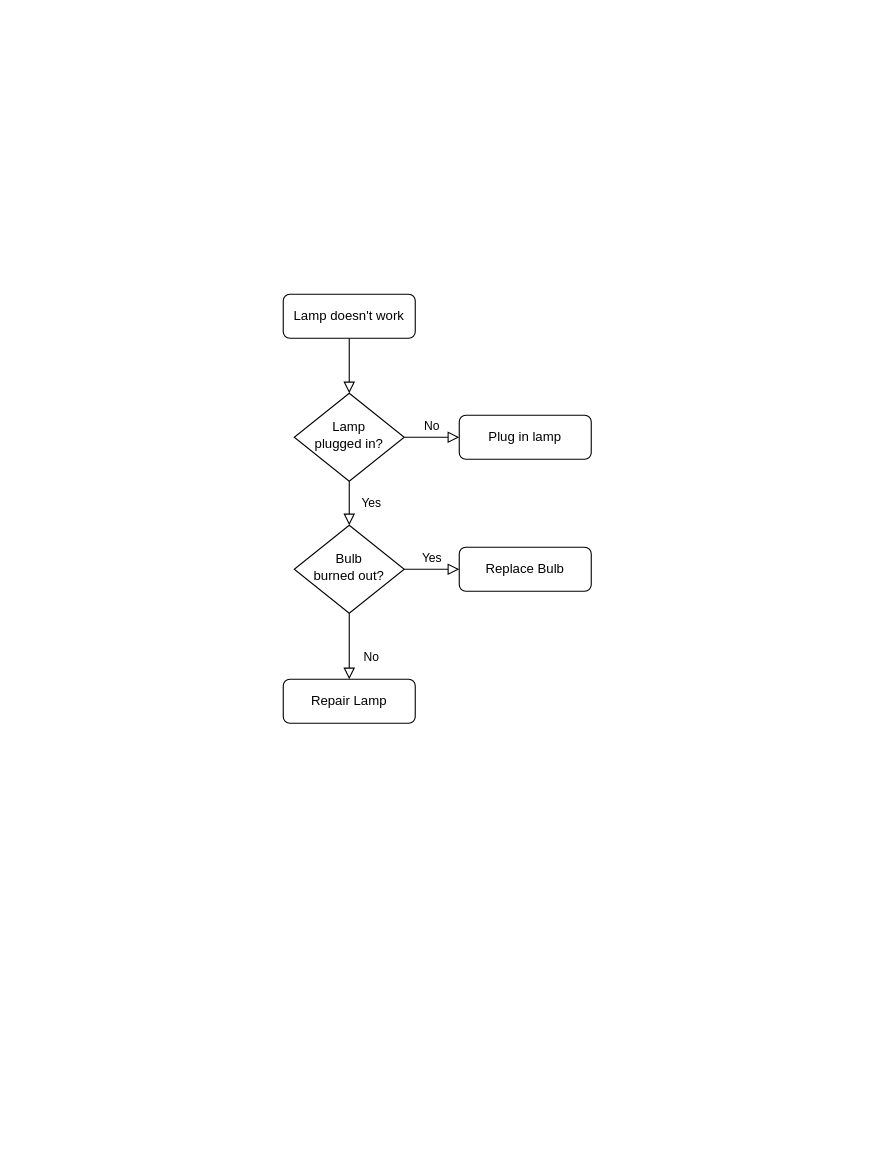
Before: Flow Chart.drawio in Venkat-Banyan/React_Error_404, a draw.io diagram. Source tidied: cells renumbered, new cells numbered last; positions are measured from the earlier drawing's top-left corner, leaving out a move shared by most shapes. Both pictures are drawn from the tidied source at 110%, with x=0, y=0 at pixel (283, 294).
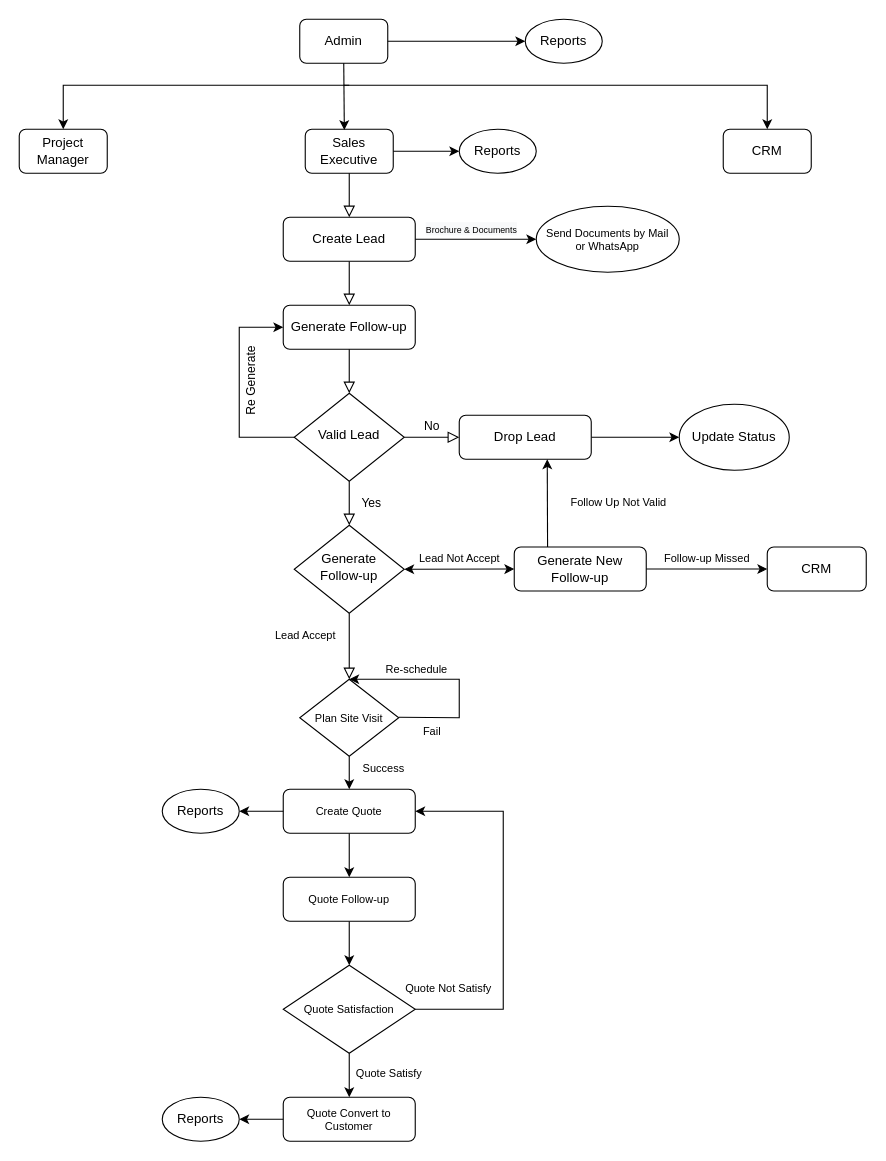
The same page after the edit.

Change to the diagram source:
```diff
@@
-    <mxCell id="2" style="rounded=0;html=1;jettySize=auto;fontSize=11;endArrow=block;endFill=0;endSize=8;strokeWidth=1;shadow=0;labelBackgroundColor=none;edgeStyle=orthogonalEdgeStyle;" parent="1" edge="1" source="3" target="6">
+    <mxCell id="2" style="rounded=0;html=1;jettySize=auto;fontSize=11;endArrow=block;endFill=0;endSize=8;strokeWidth=1;shadow=0;labelBackgroundColor=none;edgeStyle=orthogonalEdgeStyle;entryX=0.5;entryY=0;entryDx=0;entryDy=0;" parent="1" edge="1" source="3" target="26">
       <mxGeometry relative="1" as="geometry" />
     </mxCell>
-    <mxCell id="3" value="Lamp doesn't work" style="rounded=1;whiteSpace=wrap;html=1;fontSize=12;glass=0;strokeWidth=1;shadow=0;" parent="1" vertex="1">
-      <mxGeometry width="120" height="40" as="geometry" />
+    <mxCell id="3" value="Create Lead" style="rounded=1;whiteSpace=wrap;html=1;fontSize=12;glass=0;strokeWidth=1;shadow=0;" parent="1" vertex="1">
+      <mxGeometry y="-70" width="120" height="40" as="geometry" />
     </mxCell>
@@
-    <mxCell id="6" value="Lamp&lt;br&gt;plugged in?" style="rhombus;whiteSpace=wrap;html=1;shadow=0;fontFamily=Helvetica;fontSize=12;align=center;strokeWidth=1;spacing=6;spacingTop=-4;" parent="1" vertex="1">
+    <mxCell id="6" value="Valid Lead" style="rhombus;whiteSpace=wrap;html=1;shadow=0;fontFamily=Helvetica;fontSize=12;align=center;strokeWidth=1;spacing=6;spacingTop=-4;" parent="1" vertex="1">
       <mxGeometry x="10" y="90" width="100" height="80" as="geometry" />
     </mxCell>
+    <mxCell id="13" style="edgeStyle=orthogonalEdgeStyle;rounded=0;jettySize=auto;html=1;fontSize=11;" parent="1" edge="1" source="7" target="30">
+      <mxGeometry relative="1" as="geometry" />
+    </mxCell>
-    <mxCell id="7" value="Plug in lamp" style="rounded=1;whiteSpace=wrap;html=1;fontSize=12;glass=0;strokeWidth=1;shadow=0;" parent="1" vertex="1">
+    <mxCell id="7" value="Drop Lead" style="rounded=1;whiteSpace=wrap;html=1;fontSize=12;glass=0;strokeWidth=1;shadow=0;" parent="1" vertex="1">
       <mxGeometry x="160" y="110" width="120" height="40" as="geometry" />
     </mxCell>
-    <mxCell id="8" value="No" style="rounded=0;html=1;jettySize=auto;fontSize=11;endArrow=block;endFill=0;endSize=8;strokeWidth=1;shadow=0;labelBackgroundColor=none;edgeStyle=orthogonalEdgeStyle;" parent="1" edge="1" source="10" target="11">
-      <mxGeometry x="0.33" y="20" relative="1" as="geometry" />
+    <mxCell id="8" value="Lead Accept" style="rounded=0;html=1;jettySize=auto;fontSize=10;endArrow=block;endFill=0;endSize=8;strokeWidth=1;shadow=0;labelBackgroundColor=none;edgeStyle=orthogonalEdgeStyle;" parent="1" edge="1" source="10">
+      <mxGeometry x="-0.33" y="-40" relative="1" as="geometry">
+        <mxPoint x="60" y="350" as="targetPoint" />
+      </mxGeometry>
     </mxCell>
+    <mxCell id="10" value="Generate Follow-up" style="rhombus;whiteSpace=wrap;html=1;shadow=0;fontFamily=Helvetica;fontSize=12;align=center;strokeWidth=1;spacing=6;spacingTop=-4;" parent="1" vertex="1">
+      <mxGeometry x="10" y="210" width="100" height="80" as="geometry" />
+    </mxCell>
+    <mxCell id="12" value="Generate New Follow-up" style="rounded=1;whiteSpace=wrap;html=1;fontSize=12;glass=0;strokeWidth=1;shadow=0;" parent="1" vertex="1">
+      <mxGeometry x="210" y="229.8" width="120" height="40" as="geometry" />
+    </mxCell>
+    <mxCell id="14" value="Admin" style="rounded=1;whiteSpace=wrap;html=1;" parent="1" vertex="1">
+      <mxGeometry x="15" y="-250" width="80" height="40" as="geometry" />
+    </mxCell>
+    <mxCell id="15" value="Project Manager" style="rounded=1;whiteSpace=wrap;html=1;" parent="1" vertex="1">
+      <mxGeometry x="-240" y="-150" width="80" height="40" as="geometry" />
+    </mxCell>
+    <mxCell id="16" value="Sales Executive" style="rounded=1;whiteSpace=wrap;html=1;" parent="1" vertex="1">
+      <mxGeometry x="20" y="-150" width="80" height="40" as="geometry" />
+    </mxCell>
+    <mxCell id="17" value="CRM" style="rounded=1;whiteSpace=wrap;html=1;" parent="1" vertex="1">
+      <mxGeometry x="400" y="-150" width="80" height="40" as="geometry" />
+    </mxCell>
+    <mxCell id="18" style="endArrow=classic;html=1;rounded=0;exitX=1;exitY=0.5;exitDx=0;exitDy=0;" parent="1" edge="1" source="14">
+      <mxGeometry relative="1" as="geometry">
+        <mxPoint x="220" y="-230" as="targetPoint" />
+      </mxGeometry>
+    </mxCell>
+    <mxCell id="19" style="endArrow=classic;html=1;rounded=0;exitX=1;exitY=0.5;exitDx=0;exitDy=0;" parent="1" edge="1">
+      <mxGeometry relative="1" as="geometry">
+        <mxPoint x="100" y="-130" as="sourcePoint" />
+        <mxPoint x="160" y="-130" as="targetPoint" />
+      </mxGeometry>
+    </mxCell>
+    <mxCell id="20" value="Reports" style="ellipse;whiteSpace=wrap;html=1;" parent="1" vertex="1">
+      <mxGeometry x="160" y="-150" width="70" height="40" as="geometry" />
+    </mxCell>
+    <mxCell id="21" value="Reports" style="ellipse;whiteSpace=wrap;html=1;" parent="1" vertex="1">
+      <mxGeometry x="220" y="-250" width="70" height="40" as="geometry" />
+    </mxCell>
+    <mxCell id="22" style="rounded=0;html=1;jettySize=auto;fontSize=11;endArrow=block;endFill=0;endSize=8;strokeWidth=1;shadow=0;labelBackgroundColor=none;edgeStyle=orthogonalEdgeStyle;entryX=0.5;entryY=0;entryDx=0;entryDy=0;exitX=0.5;exitY=1;exitDx=0;exitDy=0;" parent="1" edge="1" source="16" target="3">
+      <mxGeometry relative="1" as="geometry" />
+    </mxCell>
+    <mxCell id="23" style="endArrow=classic;html=1;rounded=0;exitX=1;exitY=0.5;exitDx=0;exitDy=0;entryX=0;entryY=0.5;entryDx=0;entryDy=0;" parent="1" edge="1" target="25">
+      <mxGeometry relative="1" as="geometry">
+        <mxPoint x="120" y="-50" as="sourcePoint" />
+      </mxGeometry>
+    </mxCell>
+    <mxCell id="24" value="&lt;span style=&quot;background-color: rgb(248, 249, 250);&quot;&gt;&lt;font style=&quot;font-size: 8px;&quot;&gt;Brochure &amp;amp; Documents&lt;/font&gt;&lt;/span&gt;" style="edgeLabel;html=1;align=center;verticalAlign=middle;" parent="23" vertex="1">
+      <mxGeometry x="0.24" y="1" relative="1" as="geometry">
+        <mxPoint x="-18" y="-9" as="offset" />
+      </mxGeometry>
+    </mxCell>
+    <mxCell id="25" value="Send Documents by Mail &lt;br&gt;or WhatsApp" style="ellipse;whiteSpace=wrap;html=1;fontSize=10;" parent="1" vertex="1">
+      <mxGeometry x="230" y="-80" width="130" height="60" as="geometry" />
+    </mxCell>
+    <mxCell id="26" value="Generate Follow-up" style="rounded=1;whiteSpace=wrap;html=1;fontSize=12;glass=0;strokeWidth=1;shadow=0;" parent="1" vertex="1">
+      <mxGeometry y="10" width="120" height="40" as="geometry" />
+    </mxCell>
+    <mxCell id="27" style="rounded=0;html=1;jettySize=auto;fontSize=11;endArrow=block;endFill=0;endSize=8;strokeWidth=1;shadow=0;labelBackgroundColor=none;edgeStyle=orthogonalEdgeStyle;exitX=0.5;exitY=1;exitDx=0;exitDy=0;" parent="1" edge="1" source="26" target="6">
+      <mxGeometry relative="1" as="geometry" />
+    </mxCell>
+    <mxCell id="28" style="endArrow=classic;html=1;rounded=0;fontSize=10;exitX=0;exitY=0.5;exitDx=0;exitDy=0;entryX=0;entryY=0.5;entryDx=0;entryDy=0;" parent="1" edge="1" source="6" target="26">
+      <mxGeometry relative="1" as="geometry">
+        <Array as="points">
+          <mxPoint x="-40" y="130" />
+          <mxPoint x="-40" y="30" />
+        </Array>
+      </mxGeometry>
+    </mxCell>
+    <mxCell id="29" value="Re Generate" style="edgeLabel;html=1;align=center;verticalAlign=middle;fontSize=11;rotation=-90;" parent="28" vertex="1">
+      <mxGeometry x="-0.09" relative="1" as="geometry">
+        <mxPoint x="10" y="-14" as="offset" />
+      </mxGeometry>
+    </mxCell>
+    <mxCell id="30" value="Update Status" style="ellipse;whiteSpace=wrap;html=1;rounded=1;glass=0;strokeWidth=1;shadow=0;" parent="1" vertex="1">
+      <mxGeometry x="360" y="100" width="100" height="60" as="geometry" />
+    </mxCell>
+    <mxCell id="31" style="endArrow=classic;html=1;rounded=0;fontSize=10;entryX=0.831;entryY=1.006;entryDx=0;entryDy=0;entryPerimeter=0;labelBackgroundColor=default;fontColor=default;" parent="1" edge="1">
+      <mxGeometry relative="1" as="geometry">
+        <mxPoint x="240.3" y="229.8" as="sourcePoint" />
+        <mxPoint x="240" y="150" as="targetPoint" />
+      </mxGeometry>
+    </mxCell>
+    <mxCell id="32" value="Follow Up Not Valid&amp;nbsp;" style="edgeLabel;html=1;align=center;verticalAlign=middle;fontSize=10;fontColor=default;" parent="31" vertex="1">
+      <mxGeometry x="0.12" relative="1" as="geometry">
+        <mxPoint x="65" y="4" as="offset" />
+      </mxGeometry>
+    </mxCell>
-    <mxCell id="9" value="Yes" style="edgeStyle=orthogonalEdgeStyle;rounded=0;html=1;jettySize=auto;fontSize=11;endArrow=block;endFill=0;endSize=8;strokeWidth=1;shadow=0;labelBackgroundColor=none;" parent="1" edge="1" source="10" target="12">
-      <mxGeometry y="10" relative="1" as="geometry" />
+    <mxCell id="9" style="endArrow=classic;startArrow=classic;html=1;rounded=0;labelBackgroundColor=default;fontSize=10;fontColor=default;exitX=1;exitY=0.5;exitDx=0;exitDy=0;entryX=0;entryY=0.5;entryDx=0;entryDy=0;" parent="1" edge="1" source="10" target="12">
+      <mxGeometry relative="1" as="geometry" />
     </mxCell>
-    <mxCell id="10" value="Bulb&lt;br&gt;burned out?" style="rhombus;whiteSpace=wrap;html=1;shadow=0;fontFamily=Helvetica;fontSize=12;align=center;strokeWidth=1;spacing=6;spacingTop=-4;" parent="1" vertex="1">
-      <mxGeometry x="10" y="210" width="100" height="80" as="geometry" />
-    </mxCell>
-    <mxCell id="11" value="Repair Lamp" style="rounded=1;whiteSpace=wrap;html=1;fontSize=12;glass=0;strokeWidth=1;shadow=0;" parent="1" vertex="1">
-      <mxGeometry y="350" width="120" height="40" as="geometry" />
-    </mxCell>
-    <mxCell id="12" value="Replace Bulb" style="rounded=1;whiteSpace=wrap;html=1;fontSize=12;glass=0;strokeWidth=1;shadow=0;" parent="1" vertex="1">
-      <mxGeometry x="160" y="230" width="120" height="40" as="geometry" />
-    </mxCell>
+    <mxCell id="33" value="Lead Not Accept" style="edgeLabel;html=1;align=center;verticalAlign=middle;fontSize=10;fontColor=default;" parent="9" vertex="1">
+      <mxGeometry x="0.38" relative="1" as="geometry">
+        <mxPoint x="-19" y="-10" as="offset" />
+      </mxGeometry>
+    </mxCell>
+    <mxCell id="34" style="endArrow=classic;html=1;rounded=0;labelBackgroundColor=default;fontSize=10;fontColor=default;exitX=1;exitY=0.5;exitDx=0;exitDy=0;" parent="1" edge="1" source="12" target="36">
+      <mxGeometry relative="1" as="geometry" />
+    </mxCell>
+    <mxCell id="35" value="Follow-up Missed" style="edgeLabel;html=1;align=center;verticalAlign=middle;fontSize=10;fontColor=default;" parent="34" vertex="1">
+      <mxGeometry x="-0.25" y="1" relative="1" as="geometry">
+        <mxPoint x="13" y="-9" as="offset" />
+      </mxGeometry>
+    </mxCell>
+    <mxCell id="36" value="CRM" style="rounded=1;whiteSpace=wrap;html=1;fontSize=12;glass=0;strokeWidth=1;shadow=0;" parent="1" vertex="1">
+      <mxGeometry x="440" y="229.8" width="90" height="40" as="geometry" />
+    </mxCell>
+    <mxCell id="37" style="edgeStyle=orthogonalEdgeStyle;rounded=0;jettySize=auto;html=1;labelBackgroundColor=default;fontSize=10;fontColor=default;entryX=0.5;entryY=0;entryDx=0;entryDy=0;" parent="1" edge="1" source="39" target="44">
+      <mxGeometry relative="1" as="geometry" />
+    </mxCell>
+    <mxCell id="38" value="Success" style="edgeLabel;html=1;align=center;verticalAlign=middle;fontSize=10;fontColor=default;" parent="37" vertex="1">
+      <mxGeometry x="0.28" relative="1" as="geometry">
+        <mxPoint x="30" y="-2" as="offset" />
+      </mxGeometry>
+    </mxCell>
+    <mxCell id="39" value="Plan Site Visit" style="rhombus;whiteSpace=wrap;html=1;fontSize=10;fontColor=default;" parent="1" vertex="1">
+      <mxGeometry x="15" y="350" width="90" height="70" as="geometry" />
+    </mxCell>
+    <mxCell id="40" style="endArrow=classic;html=1;rounded=0;labelBackgroundColor=default;fontSize=10;fontColor=default;exitX=1;exitY=0.5;exitDx=0;exitDy=0;entryX=0.5;entryY=0;entryDx=0;entryDy=0;" parent="1" edge="1" target="39">
+      <mxGeometry relative="1" as="geometry">
+        <mxPoint x="105" y="384.6" as="sourcePoint" />
+        <Array as="points">
+          <mxPoint x="160" y="385" />
+          <mxPoint x="160" y="350" />
+        </Array>
+      </mxGeometry>
+    </mxCell>
+    <mxCell id="41" value="Fail" style="edgeLabel;html=1;align=center;verticalAlign=middle;fontSize=10;fontColor=default;" parent="40" vertex="1">
+      <mxGeometry x="-0.25" y="1" relative="1" as="geometry">
+        <mxPoint x="-25" y="27" as="offset" />
+      </mxGeometry>
+    </mxCell>
+    <mxCell id="42" value="Re-schedule" style="edgeLabel;html=1;align=center;verticalAlign=middle;fontSize=10;fontColor=default;" parent="40" vertex="1">
+      <mxGeometry x="0.37" relative="1" as="geometry">
+        <mxPoint y="-10" as="offset" />
+      </mxGeometry>
+    </mxCell>
+    <mxCell id="43" style="edgeStyle=orthogonalEdgeStyle;rounded=0;jettySize=auto;html=1;labelBackgroundColor=default;fontSize=10;fontColor=default;entryX=0.5;entryY=0;entryDx=0;entryDy=0;" parent="1" edge="1" source="44" target="46">
+      <mxGeometry relative="1" as="geometry" />
+    </mxCell>
+    <mxCell id="44" value="Create Quote" style="rounded=1;whiteSpace=wrap;html=1;fontSize=10;fontColor=default;" parent="1" vertex="1">
+      <mxGeometry y="450" width="120" height="40" as="geometry" />
+    </mxCell>
+    <mxCell id="45" style="edgeStyle=orthogonalEdgeStyle;rounded=0;jettySize=auto;html=1;labelBackgroundColor=default;fontSize=10;fontColor=default;entryX=0.5;entryY=0;entryDx=0;entryDy=0;" parent="1" edge="1" source="46" target="47">
+      <mxGeometry relative="1" as="geometry" />
+    </mxCell>
+    <mxCell id="46" value="Quote Follow-up" style="whiteSpace=wrap;html=1;fontSize=10;rounded=1;" parent="1" vertex="1">
+      <mxGeometry y="530" width="120" height="40" as="geometry" />
+    </mxCell>
+    <mxCell id="47" value="Quote Satisfaction" style="rhombus;whiteSpace=wrap;html=1;fontSize=10;fontColor=default;" parent="1" vertex="1">
+      <mxGeometry y="610" width="120" height="80" as="geometry" />
+    </mxCell>
+    <mxCell id="48" style="endArrow=classic;html=1;rounded=0;exitX=0.5;exitY=1;exitDx=0;exitDy=0;entryX=0.444;entryY=0.019;entryDx=0;entryDy=0;entryPerimeter=0;" parent="1" edge="1" source="14" target="16">
+      <mxGeometry relative="1" as="geometry" />
+    </mxCell>
+    <mxCell id="49" style="endArrow=classic;html=1;rounded=0;entryX=0.5;entryY=0;entryDx=0;entryDy=0;" parent="1" edge="1" target="17">
+      <mxGeometry relative="1" as="geometry">
+        <mxPoint x="55" y="-190" as="sourcePoint" />
+        <Array as="points">
+          <mxPoint x="440" y="-190" />
+        </Array>
+      </mxGeometry>
+    </mxCell>
+    <mxCell id="50" style="endArrow=classic;html=1;rounded=0;entryX=0.5;entryY=0;entryDx=0;entryDy=0;" parent="1" edge="1" target="15">
+      <mxGeometry relative="1" as="geometry">
+        <mxPoint x="60" y="-190" as="sourcePoint" />
+        <Array as="points">
+          <mxPoint x="-200" y="-190" />
+        </Array>
+      </mxGeometry>
+    </mxCell>
+    <mxCell id="51" style="endArrow=classic;html=1;rounded=0;labelBackgroundColor=default;fontSize=10;fontColor=default;exitX=1;exitY=0.5;exitDx=0;exitDy=0;entryX=1;entryY=0.5;entryDx=0;entryDy=0;" parent="1" edge="1" source="47" target="44">
+      <mxGeometry relative="1" as="geometry">
+        <Array as="points">
+          <mxPoint x="200" y="650" />
+          <mxPoint x="200" y="470" />
+        </Array>
+      </mxGeometry>
+    </mxCell>
+    <mxCell id="52" value="Quote Not Satisfy" style="edgeLabel;html=1;align=center;verticalAlign=middle;fontSize=10;fontColor=default;" parent="51" vertex="1">
+      <mxGeometry x="-0.55" y="1" relative="1" as="geometry">
+        <mxPoint x="-47" y="-19" as="offset" />
+      </mxGeometry>
+    </mxCell>
+    <mxCell id="53" style="endArrow=classic;html=1;rounded=0;labelBackgroundColor=default;fontSize=10;fontColor=default;exitX=0.5;exitY=1;exitDx=0;exitDy=0;entryX=0.5;entryY=0;entryDx=0;entryDy=0;" parent="1" edge="1" source="47" target="55">
+      <mxGeometry relative="1" as="geometry" />
+    </mxCell>
+    <mxCell id="54" value="Quote Satisfy" style="edgeLabel;html=1;align=center;verticalAlign=middle;fontSize=10;fontColor=default;" parent="53" vertex="1">
+      <mxGeometry x="-0.36" y="-1" relative="1" as="geometry">
+        <mxPoint x="36" y="4" as="offset" />
+      </mxGeometry>
+    </mxCell>
+    <mxCell id="55" value="Quote Convert to Customer" style="whiteSpace=wrap;html=1;fontSize=10;rounded=1;" parent="1" vertex="1">
+      <mxGeometry y="730" width="120" height="40" as="geometry" />
+    </mxCell>
+    <mxCell id="56" style="endArrow=classic;html=1;rounded=0;exitX=0;exitY=0.5;exitDx=0;exitDy=0;" parent="1" edge="1" source="44" target="57">
+      <mxGeometry relative="1" as="geometry" />
+    </mxCell>
+    <mxCell id="57" value="Reports" style="ellipse;whiteSpace=wrap;html=1;" parent="1" vertex="1">
+      <mxGeometry x="-110" y="450" width="70" height="40" as="geometry" />
+    </mxCell>
+    <mxCell id="58" style="endArrow=classic;html=1;rounded=0;entryX=1;entryY=0.5;entryDx=0;entryDy=0;" parent="1" edge="1" target="59">
+      <mxGeometry relative="1" as="geometry">
+        <mxPoint y="750" as="sourcePoint" />
+      </mxGeometry>
+    </mxCell>
+    <mxCell id="59" value="Reports" style="ellipse;whiteSpace=wrap;html=1;" parent="1" vertex="1">
+      <mxGeometry x="-110" y="730" width="70" height="40" as="geometry" />
+    </mxCell>
```
